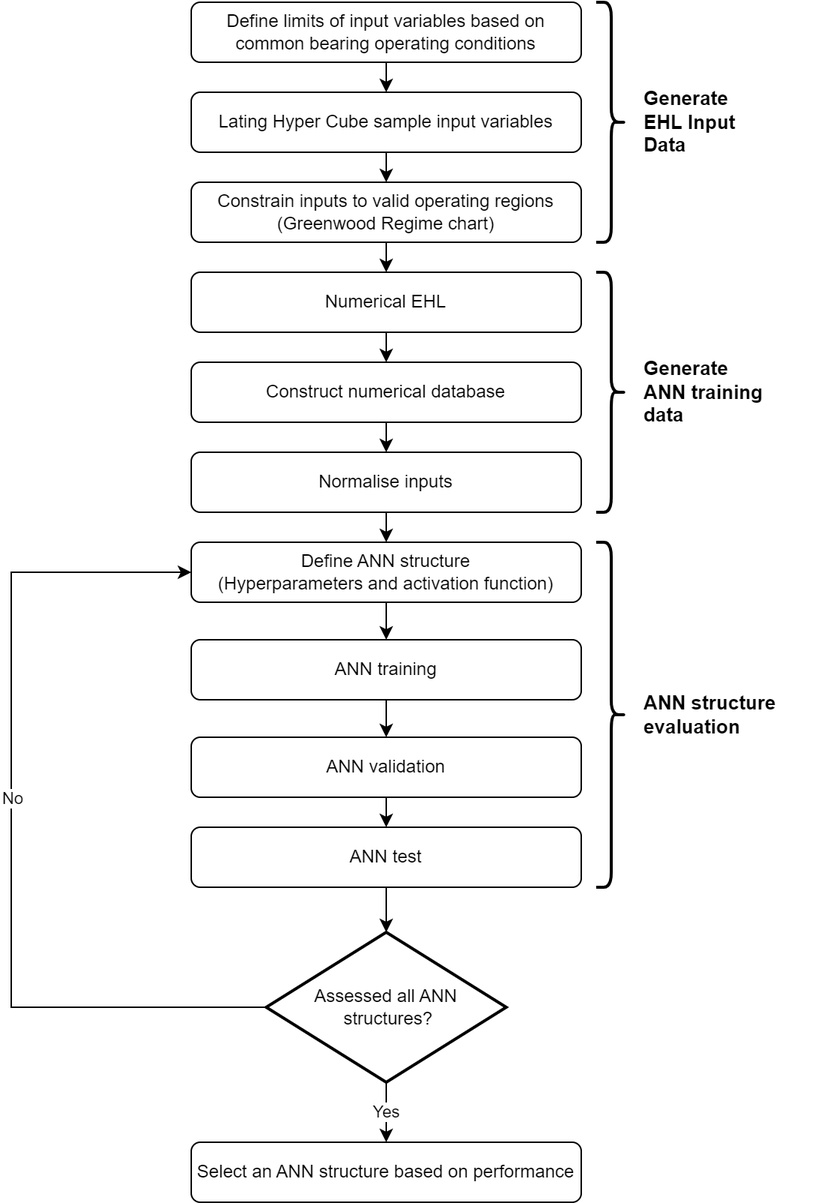
QuestH/PhDThesis keeps this draw.io diagram as Graphics/ANN_structure_flowchart.png. Above is the earlier version. Source tidied: cells renumbered, new cells last; positions are measured from the earlier drawing's top-left corner, leaving out a move shared by most shapes. The source it was exported from:
```xml
<mxGraphModel>
  <root>
    <mxCell id="0" />
    <mxCell id="1" parent="0" />
    <mxCell id="2" style="edgeStyle=orthogonalEdgeStyle;rounded=0;jettySize=auto;html=1;exitX=0.5;exitY=1;exitDx=0;exitDy=0;entryX=0.5;entryY=0;entryDx=0;entryDy=0;" parent="1" edge="1" source="3" target="5">
      <mxGeometry relative="1" as="geometry" />
    </mxCell>
    <mxCell id="3" value="Lating Hyper Cube sample input variables" style="rounded=1;whiteSpace=wrap;html=1;fontSize=12;glass=0;strokeWidth=1;shadow=0;" parent="1" vertex="1">
      <mxGeometry x="120" y="60" width="260" height="40" as="geometry" />
    </mxCell>
    <mxCell id="4" style="edgeStyle=orthogonalEdgeStyle;rounded=0;jettySize=auto;html=1;exitX=0.5;exitY=1;exitDx=0;exitDy=0;entryX=0.5;entryY=0;entryDx=0;entryDy=0;" parent="1" edge="1" source="5" target="7">
      <mxGeometry relative="1" as="geometry" />
    </mxCell>
    <mxCell id="5" value="Constrain inputs to valid operating regions (Greenwood Regime chart)" style="rounded=1;whiteSpace=wrap;html=1;fontSize=12;glass=0;strokeWidth=1;shadow=0;" parent="1" vertex="1">
      <mxGeometry x="120" y="120" width="260" height="40" as="geometry" />
    </mxCell>
    <mxCell id="6" style="edgeStyle=orthogonalEdgeStyle;rounded=0;jettySize=auto;html=1;exitX=0.5;exitY=1;exitDx=0;exitDy=0;entryX=0.5;entryY=0;entryDx=0;entryDy=0;" parent="1" edge="1" source="7" target="9">
      <mxGeometry relative="1" as="geometry" />
    </mxCell>
    <mxCell id="7" value="Numerical EHL" style="rounded=1;whiteSpace=wrap;html=1;fontSize=12;glass=0;strokeWidth=1;shadow=0;" parent="1" vertex="1">
      <mxGeometry x="120" y="180" width="260" height="40" as="geometry" />
    </mxCell>
    <mxCell id="8" style="edgeStyle=orthogonalEdgeStyle;rounded=0;jettySize=auto;html=1;exitX=0.5;exitY=1;exitDx=0;exitDy=0;entryX=0.5;entryY=0;entryDx=0;entryDy=0;" parent="1" edge="1" source="9" target="19">
      <mxGeometry relative="1" as="geometry" />
    </mxCell>
    <mxCell id="9" value="Construct numerical database" style="rounded=1;whiteSpace=wrap;html=1;fontSize=12;glass=0;strokeWidth=1;shadow=0;" parent="1" vertex="1">
      <mxGeometry x="120" y="240" width="260" height="40" as="geometry" />
    </mxCell>
    <mxCell id="10" style="edgeStyle=orthogonalEdgeStyle;rounded=0;jettySize=auto;html=1;exitX=0.5;exitY=1;exitDx=0;exitDy=0;entryX=0.5;entryY=0;entryDx=0;entryDy=0;" parent="1" edge="1" source="11" target="13">
      <mxGeometry relative="1" as="geometry" />
    </mxCell>
    <mxCell id="11" value="ANN training" style="rounded=1;whiteSpace=wrap;html=1;fontSize=12;glass=0;strokeWidth=1;shadow=0;" parent="1" vertex="1">
      <mxGeometry x="120" y="425" width="260" height="40" as="geometry" />
    </mxCell>
    <mxCell id="12" style="edgeStyle=orthogonalEdgeStyle;rounded=0;jettySize=auto;html=1;exitX=0.5;exitY=1;exitDx=0;exitDy=0;entryX=0.5;entryY=0;entryDx=0;entryDy=0;" parent="1" edge="1" source="13" target="15">
      <mxGeometry relative="1" as="geometry" />
    </mxCell>
    <mxCell id="13" value="ANN validation" style="rounded=1;whiteSpace=wrap;html=1;fontSize=12;glass=0;strokeWidth=1;shadow=0;" parent="1" vertex="1">
      <mxGeometry x="120" y="490" width="260" height="40" as="geometry" />
    </mxCell>
    <mxCell id="14" style="edgeStyle=orthogonalEdgeStyle;rounded=0;jettySize=auto;html=1;exitX=0.5;exitY=1;exitDx=0;exitDy=0;entryX=0.5;entryY=0;entryDx=0;entryDy=0;entryPerimeter=0;" parent="1" edge="1" source="15" target="25">
      <mxGeometry relative="1" as="geometry" />
    </mxCell>
    <mxCell id="15" value="ANN test" style="rounded=1;whiteSpace=wrap;html=1;fontSize=12;glass=0;strokeWidth=1;shadow=0;" parent="1" vertex="1">
      <mxGeometry x="120" y="550" width="260" height="40" as="geometry" />
    </mxCell>
    <mxCell id="16" style="edgeStyle=orthogonalEdgeStyle;rounded=0;jettySize=auto;html=1;exitX=0.5;exitY=1;exitDx=0;exitDy=0;entryX=0.5;entryY=0;entryDx=0;entryDy=0;" parent="1" edge="1" source="17" target="3">
      <mxGeometry relative="1" as="geometry" />
    </mxCell>
    <mxCell id="17" value="Define limits of input variables based on common bearing operating conditions" style="rounded=1;whiteSpace=wrap;html=1;fontSize=12;glass=0;strokeWidth=1;shadow=0;" parent="1" vertex="1">
      <mxGeometry x="120" width="260" height="40" as="geometry" />
    </mxCell>
    <mxCell id="18" style="edgeStyle=orthogonalEdgeStyle;rounded=0;jettySize=auto;html=1;exitX=0.5;exitY=1;exitDx=0;exitDy=0;entryX=0.5;entryY=0;entryDx=0;entryDy=0;" parent="1" edge="1" source="19" target="21">
      <mxGeometry relative="1" as="geometry" />
    </mxCell>
    <mxCell id="19" value="Normalise inputs" style="rounded=1;whiteSpace=wrap;html=1;fontSize=12;glass=0;strokeWidth=1;shadow=0;" parent="1" vertex="1">
      <mxGeometry x="120" y="300" width="260" height="40" as="geometry" />
    </mxCell>
    <mxCell id="20" style="edgeStyle=orthogonalEdgeStyle;rounded=0;jettySize=auto;html=1;exitX=0.5;exitY=1;exitDx=0;exitDy=0;entryX=0.5;entryY=0;entryDx=0;entryDy=0;" parent="1" edge="1" source="21" target="11">
      <mxGeometry relative="1" as="geometry" />
    </mxCell>
    <mxCell id="21" value="Define ANN structure&lt;br&gt;(Hyperparameters and activation function)" style="rounded=1;whiteSpace=wrap;html=1;fontSize=12;glass=0;strokeWidth=1;shadow=0;" parent="1" vertex="1">
      <mxGeometry x="120" y="360" width="260" height="40" as="geometry" />
    </mxCell>
    <mxCell id="22" value="Yes" style="edgeStyle=orthogonalEdgeStyle;rounded=0;jettySize=auto;html=1;exitX=0.5;exitY=1;exitDx=0;exitDy=0;exitPerimeter=0;entryX=0.5;entryY=0;entryDx=0;entryDy=0;" parent="1" edge="1" source="25" target="26">
      <mxGeometry relative="1" as="geometry" />
    </mxCell>
    <mxCell id="23" style="edgeStyle=orthogonalEdgeStyle;rounded=0;jettySize=auto;html=1;exitX=0;exitY=0.5;exitDx=0;exitDy=0;exitPerimeter=0;entryX=0;entryY=0.5;entryDx=0;entryDy=0;" parent="1" edge="1" source="25" target="21">
      <mxGeometry relative="1" as="geometry">
        <Array as="points">
          <mxPoint y="670" />
          <mxPoint y="380" />
        </Array>
      </mxGeometry>
    </mxCell>
    <mxCell id="24" value="No" style="edgeLabel;html=1;align=center;verticalAlign=middle;" parent="23" vertex="1">
      <mxGeometry x="0.28" y="-2" relative="1" as="geometry">
        <mxPoint x="-2" y="60" as="offset" />
      </mxGeometry>
    </mxCell>
    <mxCell id="25" value="Assessed all ANN&lt;br&gt;&amp;nbsp;structures?" style="strokeWidth=2;html=1;shape=mxgraph.flowchart.decision;whiteSpace=wrap;" parent="1" vertex="1">
      <mxGeometry x="170" y="620" width="160" height="100" as="geometry" />
    </mxCell>
    <mxCell id="26" value="Select an ANN structure based on performance" style="rounded=1;whiteSpace=wrap;html=1;fontSize=12;glass=0;strokeWidth=1;shadow=0;" parent="1" vertex="1">
      <mxGeometry x="120" y="760" width="260" height="40" as="geometry" />
    </mxCell>
    <mxCell id="27" style="shape=curlyBracket;whiteSpace=wrap;html=1;rounded=1;flipH=1;labelPosition=right;verticalLabelPosition=middle;align=left;verticalAlign=middle;strokeWidth=2;" parent="1" vertex="1">
      <mxGeometry x="390" y="360" width="20" height="230" as="geometry" />
    </mxCell>
    <mxCell id="28" style="shape=curlyBracket;whiteSpace=wrap;html=1;rounded=1;flipH=1;labelPosition=right;verticalLabelPosition=middle;align=left;verticalAlign=middle;strokeWidth=2;" parent="1" vertex="1">
      <mxGeometry x="390" width="20" height="160" as="geometry" />
    </mxCell>
    <mxCell id="29" style="shape=curlyBracket;whiteSpace=wrap;html=1;rounded=1;flipH=1;labelPosition=right;verticalLabelPosition=middle;align=left;verticalAlign=middle;strokeWidth=2;" parent="1" vertex="1">
      <mxGeometry x="390" y="180" width="20" height="160" as="geometry" />
    </mxCell>
    <mxCell id="30" value="&lt;span style=&quot;font-size: 13px;&quot;&gt;&lt;b&gt;Generate&lt;/b&gt;&lt;/span&gt;&lt;div&gt;&lt;span style=&quot;font-size: 13px;&quot;&gt;&lt;b&gt;EHL Input&lt;/b&gt;&lt;/span&gt;&lt;/div&gt;&lt;div&gt;&lt;span style=&quot;font-size: 13px;&quot;&gt;&lt;b&gt;Data&lt;/b&gt;&lt;/span&gt;&lt;/div&gt;" style="text;html=1;align=left;verticalAlign=middle;strokeColor=none;fillColor=none;" parent="1" vertex="1">
      <mxGeometry x="420" y="50" width="80" height="60" as="geometry" />
    </mxCell>
    <mxCell id="31" value="&lt;span style=&quot;font-size: 13px;&quot;&gt;&lt;b&gt;Generate&amp;nbsp;&lt;/b&gt;&lt;/span&gt;&lt;div&gt;&lt;span style=&quot;font-size: 13px;&quot;&gt;&lt;b&gt;ANN training&lt;/b&gt;&lt;/span&gt;&lt;/div&gt;&lt;div&gt;&lt;span style=&quot;font-size: 13px;&quot;&gt;&lt;b&gt;data&lt;/b&gt;&lt;/span&gt;&lt;/div&gt;" style="text;html=1;align=left;verticalAlign=middle;strokeColor=none;fillColor=none;" parent="1" vertex="1">
      <mxGeometry x="420" y="230" width="100" height="60" as="geometry" />
    </mxCell>
    <mxCell id="32" value="&lt;span style=&quot;font-size: 13px;&quot;&gt;&lt;b&gt;ANN structure&amp;nbsp;&lt;/b&gt;&lt;/span&gt;&lt;div&gt;&lt;span style=&quot;font-size: 13px;&quot;&gt;&lt;b&gt;evaluation&lt;/b&gt;&lt;/span&gt;&lt;/div&gt;" style="text;html=1;align=left;verticalAlign=middle;strokeColor=none;fillColor=none;" parent="1" vertex="1">
      <mxGeometry x="420" y="455" width="120" height="40" as="geometry" />
    </mxCell>
  </root>
</mxGraphModel>
```
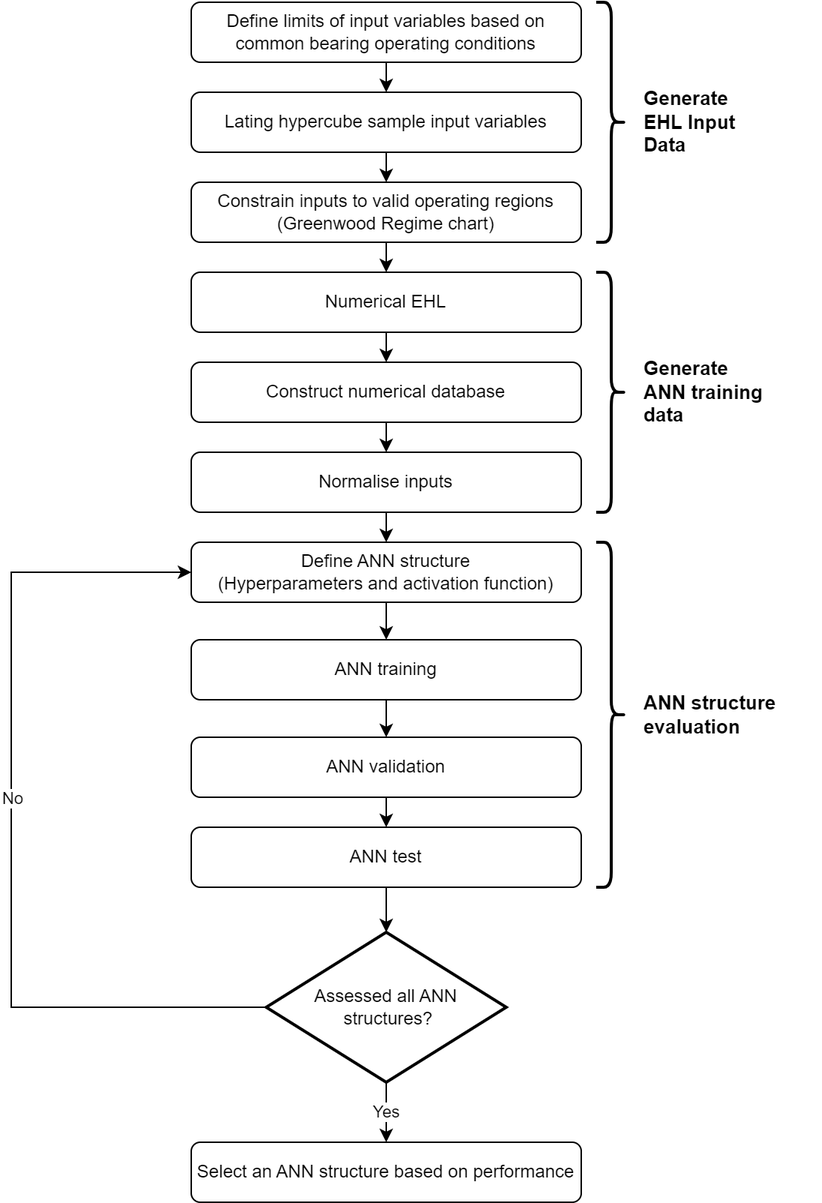
After the change.

Diff of the diagram source:
```diff
@@ -5,7 +5,7 @@
     <mxCell id="2" style="edgeStyle=orthogonalEdgeStyle;rounded=0;jettySize=auto;html=1;exitX=0.5;exitY=1;exitDx=0;exitDy=0;entryX=0.5;entryY=0;entryDx=0;entryDy=0;" parent="1" edge="1" source="3" target="5">
       <mxGeometry relative="1" as="geometry" />
     </mxCell>
-    <mxCell id="3" value="Lating Hyper Cube sample input variables" style="rounded=1;whiteSpace=wrap;html=1;fontSize=12;glass=0;strokeWidth=1;shadow=0;" parent="1" vertex="1">
+    <mxCell id="3" value="Lating hypercube sample input variables" style="rounded=1;whiteSpace=wrap;html=1;fontSize=12;glass=0;strokeWidth=1;shadow=0;" parent="1" vertex="1">
       <mxGeometry x="120" y="60" width="260" height="40" as="geometry" />
     </mxCell>
     <mxCell id="4" style="edgeStyle=orthogonalEdgeStyle;rounded=0;jettySize=auto;html=1;exitX=0.5;exitY=1;exitDx=0;exitDy=0;entryX=0.5;entryY=0;entryDx=0;entryDy=0;" parent="1" edge="1" source="5" target="7">
```
